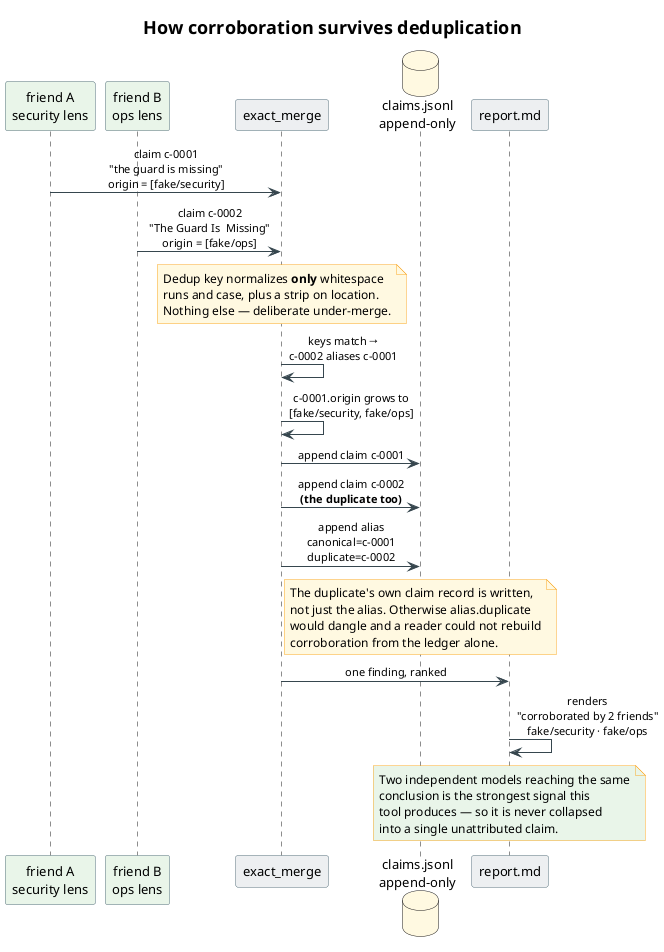
Above: docs/architecture/claim-lifecycle.png in livingstaccato/afriend (PlantUML), before the change. Its diagram source:
```plantuml
@startuml claim-lifecycle

skinparam backgroundColor #FFFFFF
skinparam defaultFontName "Helvetica"
skinparam defaultFontSize 13
skinparam shadowing false
skinparam ArrowColor #37474F
skinparam ArrowFontSize 11
skinparam TitleFontSize 18
skinparam sequenceMessageAlign center

skinparam participant {
  BorderColor #546E7A
  BackgroundColor #ECEFF1
  FontSize 13
}
skinparam note {
  BackgroundColor #FFF8E1
  BorderColor #F9A825
  FontSize 12
}

title How corroboration survives deduplication

participant "friend A\nsecurity lens" as A #E8F5E9
participant "friend B\nops lens" as B #E8F5E9
participant "exact_merge" as M
database "claims.jsonl\nappend-only" as L #FFF8E1
participant "report.md" as R

A -> M : claim c-0001\n"the guard is missing"\norigin = [fake/security]
B -> M : claim c-0002\n"The Guard Is  Missing"\norigin = [fake/ops]

note over M
  Dedup key normalizes **only** whitespace
  runs and case, plus a strip on location.
  Nothing else — deliberate under-merge.
end note

M -> M : keys match →\nc-0002 aliases c-0001
M -> M : c-0001.origin grows to\n[fake/security, fake/ops]

M -> L : append claim c-0001
M -> L : append claim c-0002\n<b>(the duplicate too)</b>
M -> L : append alias\ncanonical=c-0001\nduplicate=c-0002

note over L
  The duplicate's own claim record is written,
  not just the alias. Otherwise alias.duplicate
  would dangle and a reader could not rebuild
  corroboration from the ledger alone.
end note

M -> R : one finding, ranked
R -> R : renders\n"corroborated by 2 friends"\nfake/security · fake/ops

note over R #E8F5E9
  Two independent models reaching the same
  conclusion is the strongest signal this
  tool produces — so it is never collapsed
  into a single unattributed claim.
end note

@enduml
```
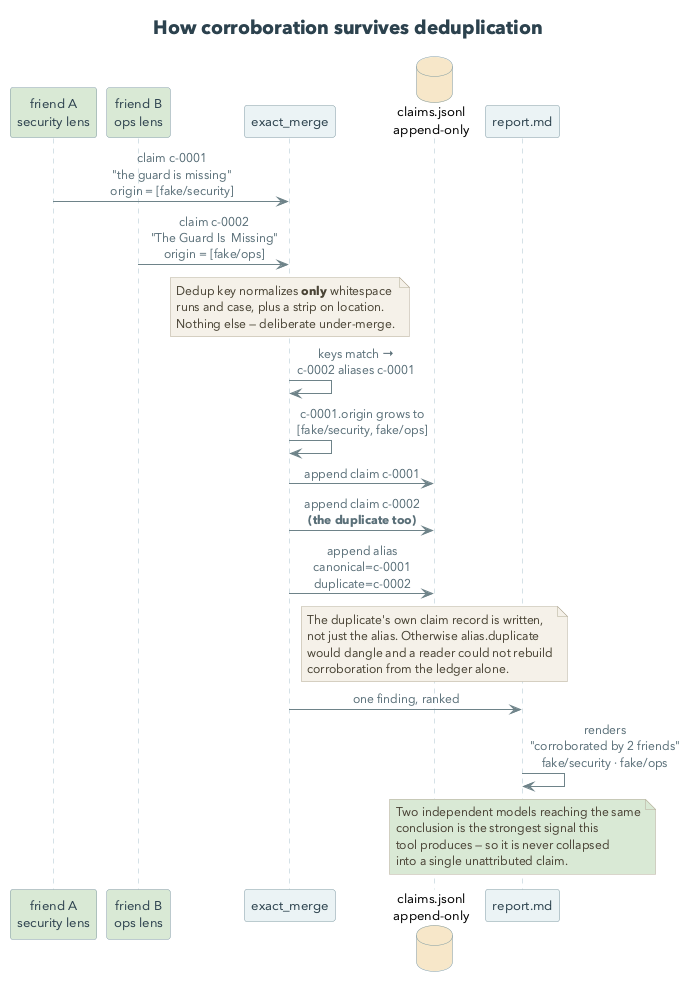
Later version of the same file.

Change to the diagram source:
```diff
@@ -1,31 +1,39 @@
 @startuml claim-lifecycle
 
+
 skinparam backgroundColor #FFFFFF
-skinparam defaultFontName "Helvetica"
+skinparam defaultFontName "Avenir Next"
+skinparam defaultMonospacedFontName "SF Mono"
 skinparam defaultFontSize 13
 skinparam shadowing false
-skinparam ArrowColor #37474F
-skinparam ArrowFontSize 11
-skinparam TitleFontSize 18
+skinparam ArrowColor #6E8288
+skinparam ArrowFontColor #5B7079
+skinparam ArrowFontSize 12
+skinparam TitleFontSize 19
+skinparam TitleFontColor #2D424E
+skinparam legendBackgroundColor #F8FCFC
+skinparam legendBorderColor #A8C3CC
+skinparam legendFontSize 12
+skinparam noteBackgroundColor #F4F1E8
+skinparam noteBorderColor #B3AA97
+skinparam noteFontColor #4A4436
+skinparam noteFontSize 12
 skinparam sequenceMessageAlign center
-
-skinparam participant {
-  BorderColor #546E7A
-  BackgroundColor #ECEFF1
-  FontSize 13
-}
-skinparam note {
-  BackgroundColor #FFF8E1
-  BorderColor #F9A825
-  FontSize 12
-}
+skinparam ParticipantBorderColor #7E99A3
+skinparam ParticipantBackgroundColor #EAF3F4
+skinparam ParticipantFontColor #2D424E
+skinparam ParticipantFontSize 13
+skinparam DatabaseBorderColor #7E99A3
+skinparam DatabaseBackgroundColor #EAF3F4
+skinparam SequenceLifeLineBorderColor #A8C3CC
+skinparam SequenceArrowColor #6E8288
 
 title How corroboration survives deduplication
 
-participant "friend A\nsecurity lens" as A #E8F5E9
-participant "friend B\nops lens" as B #E8F5E9
+participant "friend A\nsecurity lens" as A #D9E8D5
+participant "friend B\nops lens" as B #D9E8D5
 participant "exact_merge" as M
-database "claims.jsonl\nappend-only" as L #FFF8E1
+database "claims.jsonl\nappend-only" as L #F6E7C8
 participant "report.md" as R
 
 A -> M : claim c-0001\n"the guard is missing"\norigin = [fake/security]
@@ -54,7 +62,7 @@
 M -> R : one finding, ranked
 R -> R : renders\n"corroborated by 2 friends"\nfake/security · fake/ops
 
-note over R #E8F5E9
+note over R #D9E8D5
   Two independent models reaching the same
   conclusion is the strongest signal this
   tool produces — so it is never collapsed
```
